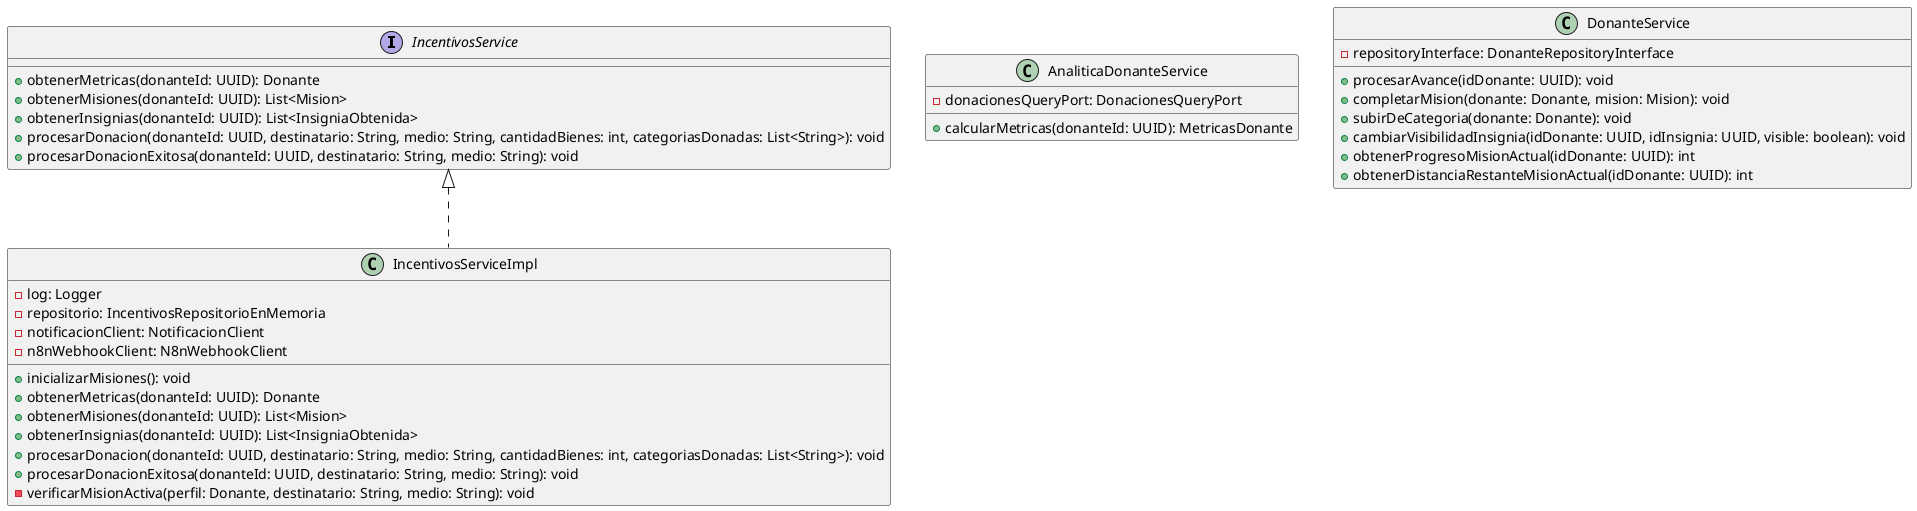
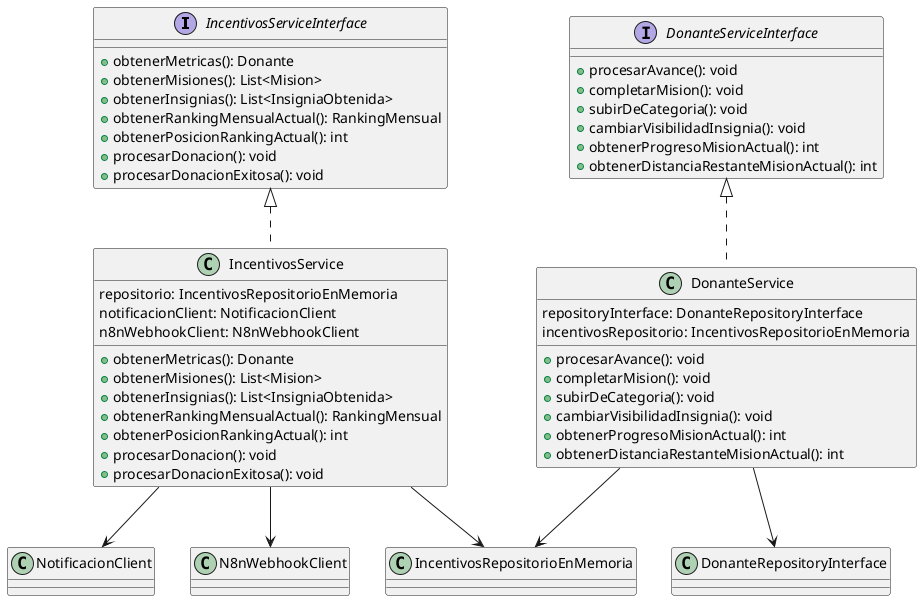
@startuml diagramaClasesIncentivosServices

- interface IncentivosService {
-     + obtenerMetricas(donanteId: UUID): Donante
-     + obtenerMisiones(donanteId: UUID): List<Mision>
-     + obtenerInsignias(donanteId: UUID): List<InsigniaObtenida>
-     + procesarDonacion(donanteId: UUID, destinatario: String, medio: String, cantidadBienes: int, categoriasDonadas: List<String>): void
-     + procesarDonacionExitosa(donanteId: UUID, destinatario: String, medio: String): void
+ interface IncentivosServiceInterface {
+     + obtenerMetricas(): Donante
+     + obtenerMisiones(): List<Mision>
+     + obtenerInsignias(): List<InsigniaObtenida>
+     + obtenerRankingMensualActual(): RankingMensual
+     + obtenerPosicionRankingActual(): int
+     + procesarDonacion(): void
+     + procesarDonacionExitosa(): void
}

- class IncentivosServiceImpl implements IncentivosService {
-     - log: Logger
-     - repositorio: IncentivosRepositorioEnMemoria
-     - notificacionClient: NotificacionClient
-     - n8nWebhookClient: N8nWebhookClient
-     + inicializarMisiones(): void
-     + obtenerMetricas(donanteId: UUID): Donante
-     + obtenerMisiones(donanteId: UUID): List<Mision>
-     + obtenerInsignias(donanteId: UUID): List<InsigniaObtenida>
-     + procesarDonacion(donanteId: UUID, destinatario: String, medio: String, cantidadBienes: int, categoriasDonadas: List<String>): void
-     + procesarDonacionExitosa(donanteId: UUID, destinatario: String, medio: String): void
-     - verificarMisionActiva(perfil: Donante, destinatario: String, medio: String): void
+ class IncentivosService implements IncentivosServiceInterface {
+ 
+ repositorio: IncentivosRepositorioEnMemoria
+ notificacionClient: NotificacionClient
+ n8nWebhookClient: N8nWebhookClient
+ 
+     + obtenerMetricas(): Donante
+     + obtenerMisiones(): List<Mision>
+     + obtenerInsignias(): List<InsigniaObtenida>
+     + obtenerRankingMensualActual(): RankingMensual
+     + obtenerPosicionRankingActual(): int
+     + procesarDonacion(): void
+     + procesarDonacionExitosa(): void
}

- class AnaliticaDonanteService {
-     - donacionesQueryPort: DonacionesQueryPort
-     + calcularMetricas(donanteId: UUID): MetricasDonante
+ interface DonanteServiceInterface {
+     + procesarAvance(): void
+     + completarMision(): void
+     + subirDeCategoria(): void
+     + cambiarVisibilidadInsignia(): void
+     + obtenerProgresoMisionActual(): int
+     + obtenerDistanciaRestanteMisionActual(): int
}

+ class DonanteService implements DonanteServiceInterface {

- class DonanteService {
-     - repositoryInterface: DonanteRepositoryInterface
-     + procesarAvance(idDonante: UUID): void
-     + completarMision(donante: Donante, mision: Mision): void
-     + subirDeCategoria(donante: Donante): void
-     + cambiarVisibilidadInsignia(idDonante: UUID, idInsignia: UUID, visible: boolean): void
-     + obtenerProgresoMisionActual(idDonante: UUID): int
-     + obtenerDistanciaRestanteMisionActual(idDonante: UUID): int
+ repositoryInterface: DonanteRepositoryInterface
+ incentivosRepositorio: IncentivosRepositorioEnMemoria
+ 
+     + procesarAvance(): void
+     + completarMision(): void
+     + subirDeCategoria(): void
+     + cambiarVisibilidadInsignia(): void
+     + obtenerProgresoMisionActual(): int
+     + obtenerDistanciaRestanteMisionActual(): int
}

+ IncentivosService --> IncentivosRepositorioEnMemoria
+ IncentivosService --> NotificacionClient
+ IncentivosService --> N8nWebhookClient
+ 
+ DonanteService --> DonanteRepositoryInterface
+ DonanteService --> IncentivosRepositorioEnMemoria

@enduml